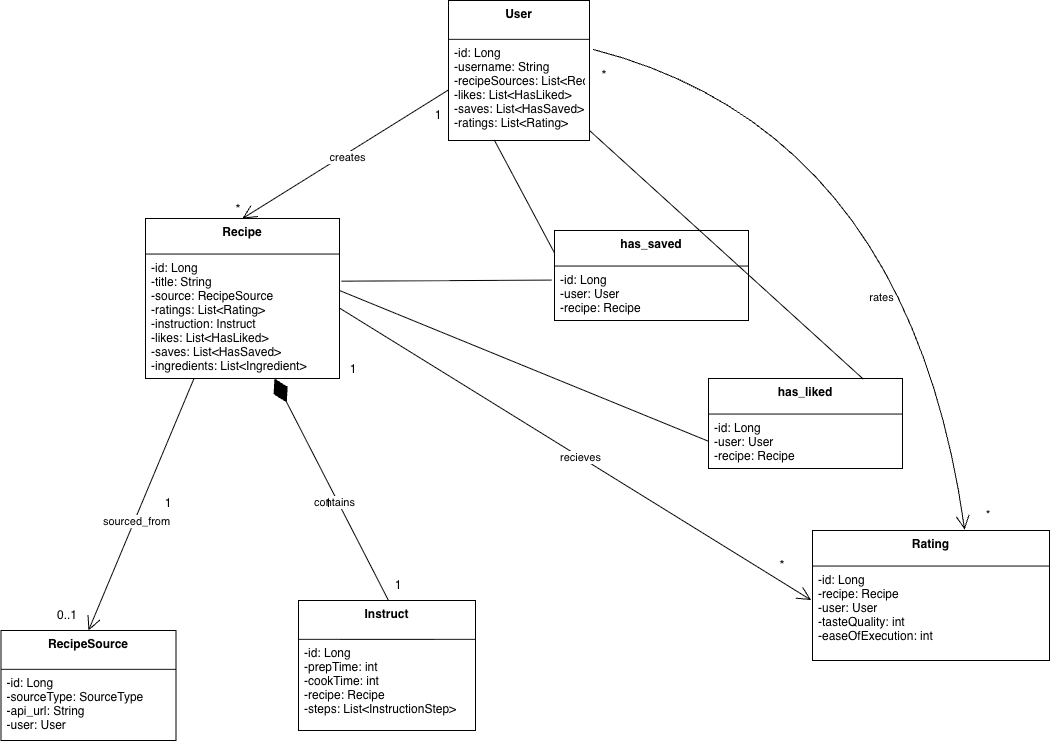
The draw.io diagram doc/design/it2post_classdiagram.png in jhu-oose-sp26/yeschef, before a commit. Source tidied: cells renumbered, new cells last; positions are measured from the earlier drawing's top-left corner, leaving out a move shared by most shapes. Source of this version:
```xml
<mxGraphModel>
  <root>
    <mxCell id="0" />
    <mxCell id="1" parent="0" />
    <mxCell id="2" value="User" style="swimlane;fontStyle=1;align=center;verticalAlign=top;horizontal=1;startSize=38.857142857142854;" parent="1" vertex="1">
      <mxGeometry x="448" width="141" height="140" as="geometry" />
    </mxCell>
    <mxCell id="3" value="-id: Long&#10;-username: String&#10;-recipeSources: List&lt;RecipeSource&gt;&#10;-likes: List&lt;HasLiked&gt;&#10;-saves: List&lt;HasSaved&gt;&#10;-ratings: List&lt;Rating&gt;" style="text;strokeColor=none;fillColor=none;align=left;verticalAlign=top;spacingLeft=4;spacingRight=4;overflow=hidden;points=[[0,0.5],[1,0.5]];portConstraint=eastwest;" parent="2" vertex="1">
      <mxGeometry y="38.9" width="141" height="101.1" as="geometry" />
    </mxCell>
    <mxCell id="4" value="Recipe" style="swimlane;fontStyle=1;align=center;verticalAlign=top;horizontal=1;startSize=35.55555555555556;" parent="1" vertex="1">
      <mxGeometry x="145" y="218" width="194" height="160" as="geometry" />
    </mxCell>
    <mxCell id="5" value="-id: Long&#10;-title: String&#10;-source: RecipeSource&#10;-ratings: List&lt;Rating&gt;&#10;-instruction: Instruct&#10;-likes: List&lt;HasLiked&gt;&#10;-saves: List&lt;HasSaved&gt;&#10;-ingredients: List&lt;Ingredient&gt;" style="text;strokeColor=none;fillColor=none;align=left;verticalAlign=top;spacingLeft=4;spacingRight=4;overflow=hidden;points=[[0,0.5],[1,0.5]];portConstraint=eastwest;" parent="4" vertex="1">
      <mxGeometry y="35.6" width="194" height="124.4" as="geometry" />
    </mxCell>
    <mxCell id="6" value="Rating" style="swimlane;fontStyle=1;align=center;verticalAlign=top;horizontal=1;startSize=35.55555555555556;" parent="1" vertex="1">
      <mxGeometry x="812" y="530" width="237" height="130" as="geometry" />
    </mxCell>
    <mxCell id="7" value="-id: Long&#10;-recipe: Recipe&#10;-user: User&#10;-tasteQuality: int&#10;-easeOfExecution: int" style="text;strokeColor=none;fillColor=none;align=left;verticalAlign=top;spacingLeft=4;spacingRight=4;overflow=hidden;points=[[0,0.5],[1,0.5]];portConstraint=eastwest;" parent="6" vertex="1">
      <mxGeometry y="35.6" width="237" height="94.4" as="geometry" />
    </mxCell>
    <mxCell id="8" value="RecipeSource" style="swimlane;fontStyle=1;align=center;verticalAlign=top;horizontal=1;startSize=38.857142857142854;" parent="1" vertex="1">
      <mxGeometry x="0.5" y="630" width="175" height="110" as="geometry" />
    </mxCell>
    <mxCell id="9" value="-id: Long&#10;-sourceType: SourceType&#10;-api_url: String&#10;-user: User" style="text;strokeColor=none;fillColor=none;align=left;verticalAlign=top;spacingLeft=4;spacingRight=4;overflow=hidden;points=[[0,0.5],[1,0.5]];portConstraint=eastwest;" parent="8" vertex="1">
      <mxGeometry y="38.9" width="175" height="71.1" as="geometry" />
    </mxCell>
    <mxCell id="10" value="Instruct" style="swimlane;fontStyle=1;align=center;verticalAlign=top;horizontal=1;startSize=38.857142857142854;" parent="1" vertex="1">
      <mxGeometry x="298" y="600" width="177" height="130" as="geometry" />
    </mxCell>
    <mxCell id="11" value="-id: Long&#10;-prepTime: int&#10;-cookTime: int&#10;-recipe: Recipe&#10;-steps: List&lt;InstructionStep&gt;" style="text;strokeColor=none;fillColor=none;align=left;verticalAlign=top;spacingLeft=4;spacingRight=4;overflow=hidden;" parent="10" vertex="1">
      <mxGeometry y="38.9" width="177" height="91.1" as="geometry" />
    </mxCell>
    <mxCell id="12" style="endArrow=diamondThin;endFill=1;endSize=24;html=1;rounded=0;" parent="1" edge="1" target="5">
      <mxGeometry relative="1" as="geometry">
        <mxPoint x="388" y="600" as="sourcePoint" />
      </mxGeometry>
    </mxCell>
    <mxCell id="13" value="contains" style="edgeLabel;html=1;align=center;verticalAlign=middle;" parent="12" vertex="1">
      <mxGeometry x="-0.1" y="3" relative="1" as="geometry" />
    </mxCell>
    <mxCell id="14" style="endArrow=open;endFill=1;endSize=12;html=1;rounded=0;entryX=0.5;entryY=0;entryDx=0;entryDy=0;exitX=0;exitY=0.5;exitDx=0;exitDy=0;" parent="1" edge="1" source="3" target="4">
      <mxGeometry relative="1" as="geometry" />
    </mxCell>
    <mxCell id="15" value="creates" style="edgeLabel;html=1;align=center;verticalAlign=middle;" parent="14" vertex="1">
      <mxGeometry y="3" relative="1" as="geometry" />
    </mxCell>
    <mxCell id="16" value="1" style="text;html=1;whiteSpace=wrap;strokeColor=none;fillColor=none;align=center;verticalAlign=middle;rounded=0;" parent="1" vertex="1">
      <mxGeometry x="408" y="100" width="60" height="30" as="geometry" />
    </mxCell>
    <mxCell id="17" value="&lt;font style=&quot;font-size: 14px;&quot;&gt;*&lt;/font&gt;" style="text;html=1;whiteSpace=wrap;strokeColor=none;fillColor=none;align=center;verticalAlign=middle;rounded=0;" parent="1" vertex="1">
      <mxGeometry x="208" y="194" width="60" height="30" as="geometry" />
    </mxCell>
    <mxCell id="18" style="endArrow=open;endFill=1;endSize=12;html=1;rounded=0;exitX=1.025;exitY=0.099;exitDx=0;exitDy=0;exitPerimeter=0;entryX=0.642;entryY=-0.006;entryDx=0;entryDy=0;entryPerimeter=0;curved=1;" parent="1" edge="1" source="3" target="6">
      <mxGeometry relative="1" as="geometry">
        <Array as="points">
          <mxPoint x="908" y="130" />
        </Array>
      </mxGeometry>
    </mxCell>
    <mxCell id="19" value="rates" style="edgeLabel;html=1;align=center;verticalAlign=middle;" parent="18" vertex="1">
      <mxGeometry x="0.33" y="-50" relative="1" as="geometry" />
    </mxCell>
    <mxCell id="20" value="*" style="text;html=1;whiteSpace=wrap;strokeColor=none;fillColor=none;align=center;verticalAlign=middle;rounded=0;" parent="1" vertex="1">
      <mxGeometry x="958" y="500" width="60" height="30" as="geometry" />
    </mxCell>
    <mxCell id="21" value="&lt;font style=&quot;font-size: 14px;&quot;&gt;*&lt;/font&gt;" style="text;html=1;whiteSpace=wrap;strokeColor=none;fillColor=none;align=center;verticalAlign=middle;rounded=0;" parent="1" vertex="1">
      <mxGeometry x="574" y="60" width="60" height="30" as="geometry" />
    </mxCell>
    <mxCell id="22" style="endArrow=open;endFill=1;endSize=12;html=1;rounded=0;exitX=1;exitY=0.5;exitDx=0;exitDy=0;entryX=-0.006;entryY=0.36;entryDx=0;entryDy=0;entryPerimeter=0;" parent="1" edge="1" target="7">
      <mxGeometry relative="1" as="geometry">
        <mxPoint x="339" y="307.6" as="sourcePoint" />
      </mxGeometry>
    </mxCell>
    <mxCell id="23" value="recieves" style="edgeLabel;html=1;align=center;verticalAlign=middle;" parent="22" vertex="1">
      <mxGeometry x="0.02" relative="1" as="geometry" />
    </mxCell>
    <mxCell id="24" value="&lt;font style=&quot;font-size: 14px;&quot;&gt;*&lt;/font&gt;" style="text;html=1;whiteSpace=wrap;strokeColor=none;fillColor=none;align=center;verticalAlign=middle;rounded=0;" parent="1" vertex="1">
      <mxGeometry x="752" y="550" width="60" height="30" as="geometry" />
    </mxCell>
    <mxCell id="25" value="1" style="text;html=1;whiteSpace=wrap;strokeColor=none;fillColor=none;align=center;verticalAlign=middle;rounded=0;" parent="1" vertex="1">
      <mxGeometry x="323" y="353.9" width="60" height="30" as="geometry" />
    </mxCell>
    <mxCell id="26" style="endArrow=open;endFill=1;endSize=12;html=1;rounded=0;exitX=0.25;exitY=1;exitDx=0;exitDy=0;entryX=0.5;entryY=0;entryDx=0;entryDy=0;" parent="1" edge="1" source="4" target="8">
      <mxGeometry relative="1" as="geometry" />
    </mxCell>
    <mxCell id="27" value="sourced_from" style="edgeLabel;html=1;align=center;verticalAlign=middle;" parent="26" vertex="1">
      <mxGeometry x="0.13" y="2" relative="1" as="geometry">
        <mxPoint y="-1" as="offset" />
      </mxGeometry>
    </mxCell>
    <mxCell id="28" value="0..1" style="text;html=1;whiteSpace=wrap;strokeColor=none;fillColor=none;align=center;verticalAlign=middle;rounded=0;" parent="1" vertex="1">
      <mxGeometry x="36.5" y="600" width="60" height="30" as="geometry" />
    </mxCell>
    <mxCell id="29" value="1" style="text;html=1;whiteSpace=wrap;strokeColor=none;fillColor=none;align=center;verticalAlign=middle;rounded=0;" parent="1" vertex="1">
      <mxGeometry x="138" y="487.6" width="60" height="30" as="geometry" />
    </mxCell>
    <mxCell id="30" value="1" style="text;html=1;whiteSpace=wrap;strokeColor=none;fillColor=none;align=center;verticalAlign=middle;rounded=0;" parent="1" vertex="1">
      <mxGeometry x="298" y="487.6" width="60" height="30" as="geometry" />
    </mxCell>
    <mxCell id="31" value="1" style="text;html=1;whiteSpace=wrap;strokeColor=none;fillColor=none;align=center;verticalAlign=middle;rounded=0;" parent="1" vertex="1">
      <mxGeometry x="368" y="570" width="60" height="30" as="geometry" />
    </mxCell>
    <mxCell id="32" value="has_liked" style="swimlane;fontStyle=1;align=center;verticalAlign=top;horizontal=1;startSize=35.55555555555556;" parent="1" vertex="1">
      <mxGeometry x="708" y="378" width="194" height="90" as="geometry" />
    </mxCell>
    <mxCell id="33" value="-id: Long&#10;-user: User&#10;-recipe: Recipe" style="text;strokeColor=none;fillColor=none;align=left;verticalAlign=top;spacingLeft=4;spacingRight=4;overflow=hidden;points=[[0,0.5],[1,0.5]];portConstraint=eastwest;" parent="32" vertex="1">
      <mxGeometry y="35.6" width="194" height="54.4" as="geometry" />
    </mxCell>
    <mxCell id="34" value="has_saved" style="swimlane;fontStyle=1;align=center;verticalAlign=top;horizontal=1;startSize=35.55555555555556;" parent="1" vertex="1">
      <mxGeometry x="554" y="230" width="194" height="90" as="geometry" />
    </mxCell>
    <mxCell id="35" value="-id: Long&#10;-user: User&#10;-recipe: Recipe" style="text;strokeColor=none;fillColor=none;align=left;verticalAlign=top;spacingLeft=4;spacingRight=4;overflow=hidden;points=[[0,0.5],[1,0.5]];portConstraint=eastwest;" parent="34" vertex="1">
      <mxGeometry y="35.6" width="194" height="54.4" as="geometry" />
    </mxCell>
    <mxCell id="36" style="endArrow=none;html=1;rounded=0;exitX=0.325;exitY=0.996;exitDx=0;exitDy=0;exitPerimeter=0;entryX=0;entryY=0.25;entryDx=0;entryDy=0;" parent="1" edge="1" source="3" target="34">
      <mxGeometry relative="1" as="geometry" />
    </mxCell>
    <mxCell id="37" style="endArrow=none;html=1;rounded=0;exitX=1.011;exitY=0.218;exitDx=0;exitDy=0;exitPerimeter=0;entryX=-0.016;entryY=0.258;entryDx=0;entryDy=0;entryPerimeter=0;" parent="1" edge="1" source="5" target="35">
      <mxGeometry relative="1" as="geometry" />
    </mxCell>
    <mxCell id="38" style="endArrow=none;html=1;rounded=0;exitX=1.019;exitY=0.715;exitDx=0;exitDy=0;exitPerimeter=0;entryX=0.798;entryY=0.007;entryDx=0;entryDy=0;entryPerimeter=0;" parent="1" edge="1" target="32">
      <mxGeometry relative="1" as="geometry">
        <mxPoint x="589" y="130" as="sourcePoint" />
      </mxGeometry>
    </mxCell>
    <mxCell id="39" style="endArrow=none;html=1;rounded=0;exitX=1.019;exitY=0.715;exitDx=0;exitDy=0;exitPerimeter=0;entryX=0;entryY=0.5;entryDx=0;entryDy=0;" parent="1" edge="1" target="33">
      <mxGeometry relative="1" as="geometry">
        <mxPoint x="339" y="290" as="sourcePoint" />
      </mxGeometry>
    </mxCell>
  </root>
</mxGraphModel>
```
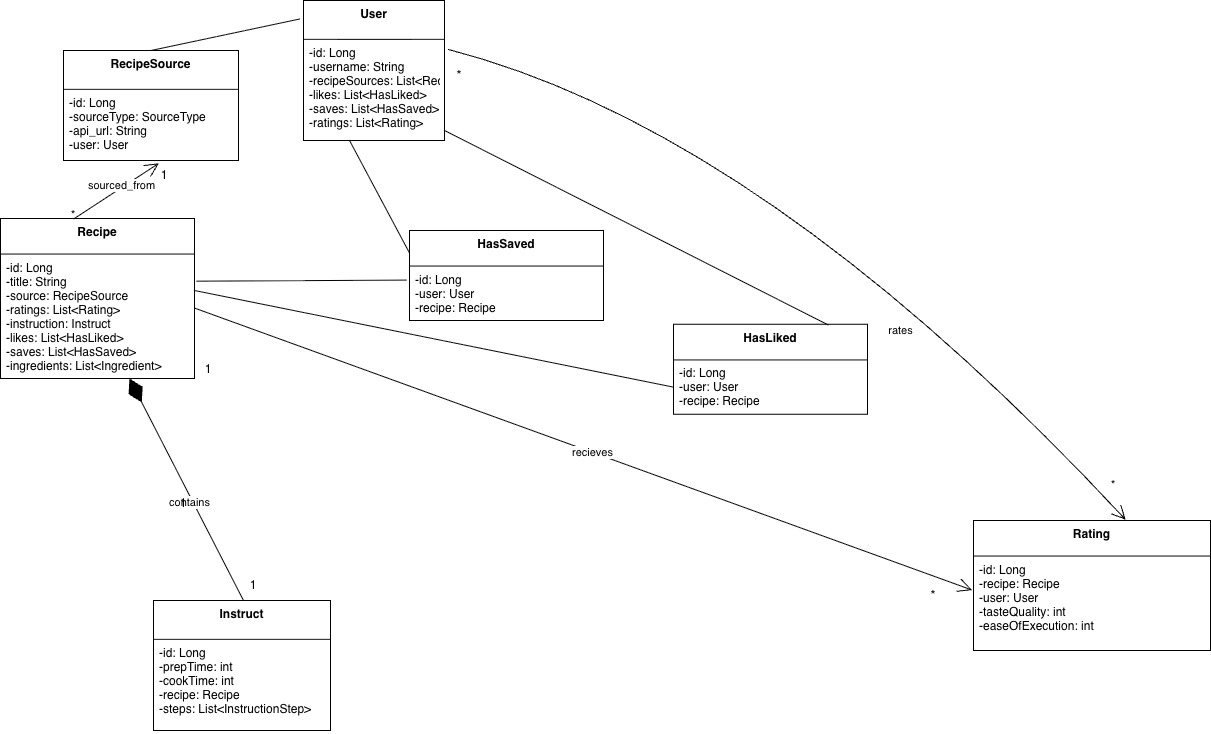
Above is the later version.

Commit message:
Updated class diagram for iteration 2 for better readability for grader

The edit, as a diff of the source:
```diff
@@ -15,13 +15,13 @@
       <mxGeometry y="35.6" width="194" height="124.4" as="geometry" />
     </mxCell>
     <mxCell id="6" value="Rating" style="swimlane;fontStyle=1;align=center;verticalAlign=top;horizontal=1;startSize=35.55555555555556;" parent="1" vertex="1">
-      <mxGeometry x="812" y="530" width="237" height="130" as="geometry" />
+      <mxGeometry x="1118" y="520" width="237" height="130" as="geometry" />
     </mxCell>
     <mxCell id="7" value="-id: Long&#10;-recipe: Recipe&#10;-user: User&#10;-tasteQuality: int&#10;-easeOfExecution: int" style="text;strokeColor=none;fillColor=none;align=left;verticalAlign=top;spacingLeft=4;spacingRight=4;overflow=hidden;points=[[0,0.5],[1,0.5]];portConstraint=eastwest;" parent="6" vertex="1">
       <mxGeometry y="35.6" width="237" height="94.4" as="geometry" />
     </mxCell>
     <mxCell id="8" value="RecipeSource" style="swimlane;fontStyle=1;align=center;verticalAlign=top;horizontal=1;startSize=38.857142857142854;" parent="1" vertex="1">
-      <mxGeometry x="0.5" y="630" width="175" height="110" as="geometry" />
+      <mxGeometry x="208" y="50" width="175" height="110" as="geometry" />
     </mxCell>
     <mxCell id="9" value="-id: Long&#10;-sourceType: SourceType&#10;-api_url: String&#10;-user: User" style="text;strokeColor=none;fillColor=none;align=left;verticalAlign=top;spacingLeft=4;spacingRight=4;overflow=hidden;points=[[0,0.5],[1,0.5]];portConstraint=eastwest;" parent="8" vertex="1">
       <mxGeometry y="38.9" width="175" height="71.1" as="geometry" />
@@ -40,18 +40,6 @@
     <mxCell id="13" value="contains" style="edgeLabel;html=1;align=center;verticalAlign=middle;" parent="12" vertex="1">
       <mxGeometry x="-0.1" y="3" relative="1" as="geometry" />
     </mxCell>
-    <mxCell id="14" style="endArrow=open;endFill=1;endSize=12;html=1;rounded=0;entryX=0.5;entryY=0;entryDx=0;entryDy=0;exitX=0;exitY=0.5;exitDx=0;exitDy=0;" parent="1" edge="1" source="3" target="4">
-      <mxGeometry relative="1" as="geometry" />
-    </mxCell>
-    <mxCell id="15" value="creates" style="edgeLabel;html=1;align=center;verticalAlign=middle;" parent="14" vertex="1">
-      <mxGeometry y="3" relative="1" as="geometry" />
-    </mxCell>
-    <mxCell id="16" value="1" style="text;html=1;whiteSpace=wrap;strokeColor=none;fillColor=none;align=center;verticalAlign=middle;rounded=0;" parent="1" vertex="1">
-      <mxGeometry x="408" y="100" width="60" height="30" as="geometry" />
-    </mxCell>
-    <mxCell id="17" value="&lt;font style=&quot;font-size: 14px;&quot;&gt;*&lt;/font&gt;" style="text;html=1;whiteSpace=wrap;strokeColor=none;fillColor=none;align=center;verticalAlign=middle;rounded=0;" parent="1" vertex="1">
-      <mxGeometry x="208" y="194" width="60" height="30" as="geometry" />
-    </mxCell>
     <mxCell id="18" style="endArrow=open;endFill=1;endSize=12;html=1;rounded=0;exitX=1.025;exitY=0.099;exitDx=0;exitDy=0;exitPerimeter=0;entryX=0.642;entryY=-0.006;entryDx=0;entryDy=0;entryPerimeter=0;curved=1;" parent="1" edge="1" source="3" target="6">
       <mxGeometry relative="1" as="geometry">
         <Array as="points">
@@ -60,10 +48,12 @@
       </mxGeometry>
     </mxCell>
     <mxCell id="19" value="rates" style="edgeLabel;html=1;align=center;verticalAlign=middle;" parent="18" vertex="1">
-      <mxGeometry x="0.33" y="-50" relative="1" as="geometry" />
+      <mxGeometry x="0.33" y="-50" relative="1" as="geometry">
+        <mxPoint x="6" y="-15" as="offset" />
+      </mxGeometry>
     </mxCell>
     <mxCell id="20" value="*" style="text;html=1;whiteSpace=wrap;strokeColor=none;fillColor=none;align=center;verticalAlign=middle;rounded=0;" parent="1" vertex="1">
-      <mxGeometry x="958" y="500" width="60" height="30" as="geometry" />
+      <mxGeometry x="1228" y="470" width="60" height="30" as="geometry" />
     </mxCell>
     <mxCell id="21" value="&lt;font style=&quot;font-size: 14px;&quot;&gt;*&lt;/font&gt;" style="text;html=1;whiteSpace=wrap;strokeColor=none;fillColor=none;align=center;verticalAlign=middle;rounded=0;" parent="1" vertex="1">
       <mxGeometry x="574" y="60" width="60" height="30" as="geometry" />
@@ -77,12 +67,12 @@
       <mxGeometry x="0.02" relative="1" as="geometry" />
     </mxCell>
     <mxCell id="24" value="&lt;font style=&quot;font-size: 14px;&quot;&gt;*&lt;/font&gt;" style="text;html=1;whiteSpace=wrap;strokeColor=none;fillColor=none;align=center;verticalAlign=middle;rounded=0;" parent="1" vertex="1">
-      <mxGeometry x="752" y="550" width="60" height="30" as="geometry" />
+      <mxGeometry x="1048" y="580" width="60" height="30" as="geometry" />
     </mxCell>
     <mxCell id="25" value="1" style="text;html=1;whiteSpace=wrap;strokeColor=none;fillColor=none;align=center;verticalAlign=middle;rounded=0;" parent="1" vertex="1">
       <mxGeometry x="323" y="353.9" width="60" height="30" as="geometry" />
     </mxCell>
-    <mxCell id="26" style="endArrow=open;endFill=1;endSize=12;html=1;rounded=0;exitX=0.25;exitY=1;exitDx=0;exitDy=0;entryX=0.5;entryY=0;entryDx=0;entryDy=0;" parent="1" edge="1" source="4" target="8">
+    <mxCell id="26" style="endArrow=open;endFill=1;endSize=12;html=1;rounded=0;exitX=0.377;exitY=0.003;exitDx=0;exitDy=0;entryX=0.545;entryY=1.039;entryDx=0;entryDy=0;exitPerimeter=0;entryPerimeter=0;" parent="1" edge="1" source="4" target="9">
       <mxGeometry relative="1" as="geometry" />
     </mxCell>
     <mxCell id="27" value="sourced_from" style="edgeLabel;html=1;align=center;verticalAlign=middle;" parent="26" vertex="1">
@@ -90,11 +80,11 @@
         <mxPoint y="-1" as="offset" />
       </mxGeometry>
     </mxCell>
-    <mxCell id="28" value="0..1" style="text;html=1;whiteSpace=wrap;strokeColor=none;fillColor=none;align=center;verticalAlign=middle;rounded=0;" parent="1" vertex="1">
-      <mxGeometry x="36.5" y="600" width="60" height="30" as="geometry" />
+    <mxCell id="28" value="*" style="text;html=1;whiteSpace=wrap;strokeColor=none;fillColor=none;align=center;verticalAlign=middle;rounded=0;" parent="1" vertex="1">
+      <mxGeometry x="188" y="200" width="60" height="30" as="geometry" />
     </mxCell>
     <mxCell id="29" value="1" style="text;html=1;whiteSpace=wrap;strokeColor=none;fillColor=none;align=center;verticalAlign=middle;rounded=0;" parent="1" vertex="1">
-      <mxGeometry x="138" y="487.6" width="60" height="30" as="geometry" />
+      <mxGeometry x="279" y="160" width="60" height="30" as="geometry" />
     </mxCell>
     <mxCell id="30" value="1" style="text;html=1;whiteSpace=wrap;strokeColor=none;fillColor=none;align=center;verticalAlign=middle;rounded=0;" parent="1" vertex="1">
       <mxGeometry x="298" y="487.6" width="60" height="30" as="geometry" />
@@ -102,13 +92,13 @@
     <mxCell id="31" value="1" style="text;html=1;whiteSpace=wrap;strokeColor=none;fillColor=none;align=center;verticalAlign=middle;rounded=0;" parent="1" vertex="1">
       <mxGeometry x="368" y="570" width="60" height="30" as="geometry" />
     </mxCell>
-    <mxCell id="32" value="has_liked" style="swimlane;fontStyle=1;align=center;verticalAlign=top;horizontal=1;startSize=35.55555555555556;" parent="1" vertex="1">
-      <mxGeometry x="708" y="378" width="194" height="90" as="geometry" />
+    <mxCell id="32" value="HasLiked" style="swimlane;fontStyle=1;align=center;verticalAlign=top;horizontal=1;startSize=35.55555555555556;" parent="1" vertex="1">
+      <mxGeometry x="818" y="323.9" width="194" height="90" as="geometry" />
     </mxCell>
     <mxCell id="33" value="-id: Long&#10;-user: User&#10;-recipe: Recipe" style="text;strokeColor=none;fillColor=none;align=left;verticalAlign=top;spacingLeft=4;spacingRight=4;overflow=hidden;points=[[0,0.5],[1,0.5]];portConstraint=eastwest;" parent="32" vertex="1">
       <mxGeometry y="35.6" width="194" height="54.4" as="geometry" />
     </mxCell>
-    <mxCell id="34" value="has_saved" style="swimlane;fontStyle=1;align=center;verticalAlign=top;horizontal=1;startSize=35.55555555555556;" parent="1" vertex="1">
+    <mxCell id="34" value="HasSaved" style="swimlane;fontStyle=1;align=center;verticalAlign=top;horizontal=1;startSize=35.55555555555556;" parent="1" vertex="1">
       <mxGeometry x="554" y="230" width="194" height="90" as="geometry" />
     </mxCell>
     <mxCell id="35" value="-id: Long&#10;-user: User&#10;-recipe: Recipe" style="text;strokeColor=none;fillColor=none;align=left;verticalAlign=top;spacingLeft=4;spacingRight=4;overflow=hidden;points=[[0,0.5],[1,0.5]];portConstraint=eastwest;" parent="34" vertex="1">
@@ -130,5 +120,8 @@
         <mxPoint x="339" y="290" as="sourcePoint" />
       </mxGeometry>
     </mxCell>
+    <mxCell id="40" style="endArrow=none;html=1;rounded=0;exitX=0.5;exitY=0;exitDx=0;exitDy=0;entryX=-0.026;entryY=0.132;entryDx=0;entryDy=0;entryPerimeter=0;" parent="1" edge="1" source="8" target="2">
+      <mxGeometry relative="1" as="geometry" />
+    </mxCell>
   </root>
 </mxGraphModel>
```
